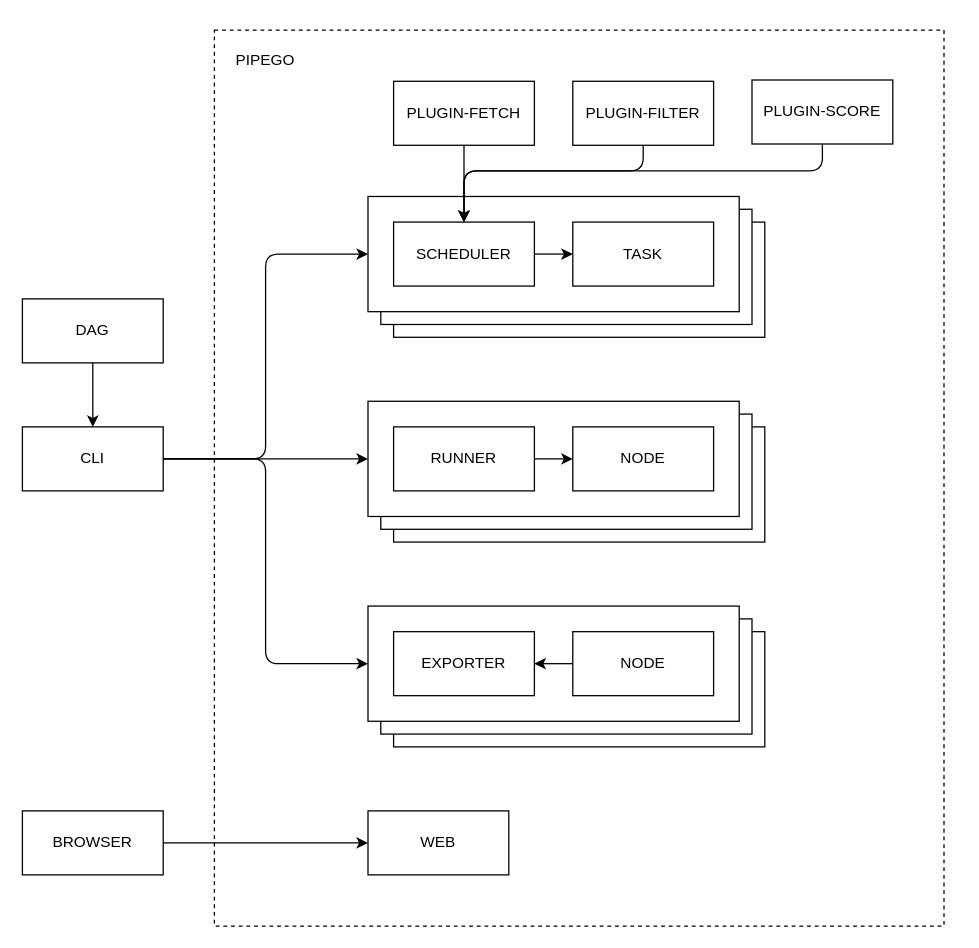
Above: diagram.drawio in pipego/deploy (draw.io), before the change. Source tidied: cells renumbered, new cells numbered last; positions are measured from the earlier drawing's top-left corner, leaving out a move shared by most shapes. Both pictures are drawn from the tidied source at 128%, with x=0, y=0 at pixel (22, 29).
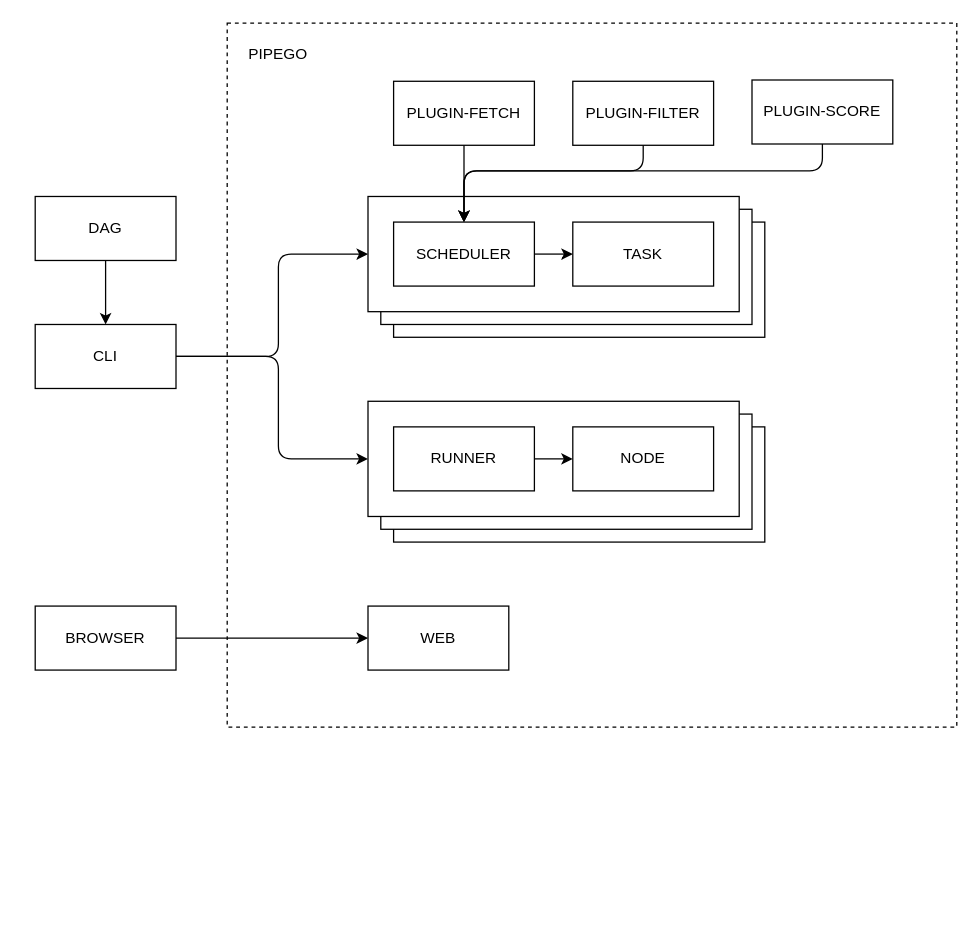
After the change.

Commit message (it also covers changes not shown here):
doc(flow): update diagram files

The change refers to these unchanged cells:
```xml
<mxCell id="5" style="rounded=0;whiteSpace=wrap;html=1;" parent="1" vertex="1">
  <mxGeometry x="270" y="130" width="290" height="90" as="geometry" />
</mxCell>
<mxCell id="14" style="rounded=0;whiteSpace=wrap;html=1;" parent="1" vertex="1">
  <mxGeometry x="270" y="290" width="290" height="90" as="geometry" />
</mxCell>
```

The edit, as a diff of the source:
```diff
@@
     <mxCell id="2" style="rounded=0;whiteSpace=wrap;html=1;dashed=1;" parent="1" vertex="1">
-      <mxGeometry x="150" width="570" height="700" as="geometry" />
+      <mxGeometry x="160" y="-5.5" width="570" height="550" as="geometry" />
     </mxCell>
@@
     <mxCell id="6" value="PIPEGO" style="text;html=1;strokeColor=none;fillColor=none;align=center;verticalAlign=middle;whiteSpace=wrap;rounded=0;" parent="1" vertex="1">
-      <mxGeometry x="160" y="9" width="60" height="30" as="geometry" />
+      <mxGeometry x="170" y="3.5" width="60" height="30" as="geometry" />
     </mxCell>
     <mxCell id="7" value="BROWSER" style="rounded=0;whiteSpace=wrap;html=1;" parent="1" vertex="1">
-      <mxGeometry y="610" width="110" height="50" as="geometry" />
+      <mxGeometry x="10" y="450" width="110" height="50" as="geometry" />
     </mxCell>
     <mxCell id="8" value="CLI" style="rounded=0;whiteSpace=wrap;html=1;" parent="1" vertex="1">
-      <mxGeometry y="310" width="110" height="50" as="geometry" />
+      <mxGeometry x="10" y="230" width="110" height="50" as="geometry" />
     </mxCell>
@@
     <mxCell id="19" style="edgeStyle=elbowEdgeStyle;elbow=horizontal;endArrow=classic;html=1;entryX=0;entryY=0.5;entryDx=0;entryDy=0;exitX=1;exitY=0.5;exitDx=0;exitDy=0;startArrow=none;startFill=0;" parent="1" edge="1" source="8" target="5">
       <mxGeometry relative="1" as="geometry">
         <Array as="points">
-          <mxPoint x="190" y="210" />
+          <mxPoint x="200" y="204.5" />
         </Array>
       </mxGeometry>
     </mxCell>
     <mxCell id="20" style="edgeStyle=elbowEdgeStyle;elbow=horizontal;endArrow=classic;html=1;entryX=0;entryY=0.5;entryDx=0;entryDy=0;exitX=1;exitY=0.5;exitDx=0;exitDy=0;startArrow=none;startFill=0;" parent="1" edge="1" source="8" target="14">
       <mxGeometry relative="1" as="geometry">
         <Array as="points">
-          <mxPoint x="190" y="290" />
+          <mxPoint x="200" y="284.5" />
         </Array>
       </mxGeometry>
     </mxCell>
@@
     <mxCell id="25" value="WEB" style="rounded=0;whiteSpace=wrap;html=1;" parent="1" vertex="1">
-      <mxGeometry x="270" y="610" width="110" height="50" as="geometry" />
+      <mxGeometry x="270" y="450" width="110" height="50" as="geometry" />
     </mxCell>
@@
     <mxCell id="28" value="DAG" style="rounded=0;whiteSpace=wrap;html=1;" parent="1" vertex="1">
-      <mxGeometry y="210" width="110" height="50" as="geometry" />
+      <mxGeometry x="10" y="130" width="110" height="50" as="geometry" />
     </mxCell>
-    <mxCell id="29" style="rounded=0;whiteSpace=wrap;html=1;" parent="1" vertex="1">
-      <mxGeometry x="290" y="470" width="290" height="90" as="geometry" />
-    </mxCell>
-    <mxCell id="30" style="rounded=0;whiteSpace=wrap;html=1;" parent="1" vertex="1">
-      <mxGeometry x="280" y="460" width="290" height="90" as="geometry" />
-    </mxCell>
-    <mxCell id="31" style="rounded=0;whiteSpace=wrap;html=1;" parent="1" vertex="1">
-      <mxGeometry x="270" y="450" width="290" height="90" as="geometry" />
-    </mxCell>
-    <mxCell id="32" value="EXPORTER" style="rounded=0;whiteSpace=wrap;html=1;" parent="1" vertex="1">
-      <mxGeometry x="290" y="470" width="110" height="50" as="geometry" />
-    </mxCell>
-    <mxCell id="33" value="NODE" style="rounded=0;whiteSpace=wrap;html=1;" parent="1" vertex="1">
-      <mxGeometry x="430" y="470" width="110" height="50" as="geometry" />
-    </mxCell>
-    <mxCell id="34" style="endArrow=none;html=1;entryX=0;entryY=0.5;entryDx=0;entryDy=0;exitX=1;exitY=0.5;exitDx=0;exitDy=0;startArrow=classic;startFill=1;endFill=0;" parent="1" edge="1" source="32" target="33">
-      <mxGeometry relative="1" as="geometry" />
-    </mxCell>
-    <mxCell id="35" style="edgeStyle=elbowEdgeStyle;elbow=horizontal;endArrow=classic;html=1;entryX=0;entryY=0.5;entryDx=0;entryDy=0;exitX=1;exitY=0.5;exitDx=0;exitDy=0;startArrow=none;startFill=0;" parent="1" edge="1" source="8" target="31">
-      <mxGeometry relative="1" as="geometry">
-        <Array as="points">
-          <mxPoint x="190" y="470" />
-        </Array>
-      </mxGeometry>
-    </mxCell>
```
